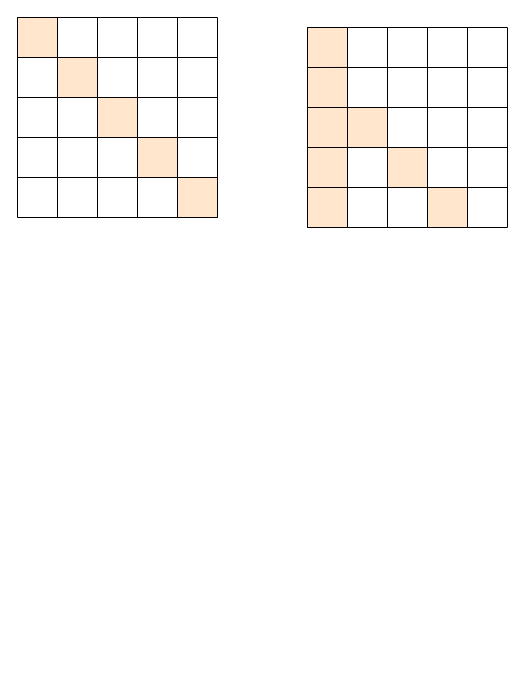
Earlier version of the draw.io diagram Attention.drawio (shinejjy/Flow-Chart). Source tidied: cells renumbered, new cells numbered last; positions are measured from the earlier drawing's top-left corner, leaving out a move shared by most shapes. Both pictures are drawn from the tidied source at 100%, with x=0, y=0 at pixel (17, 17).
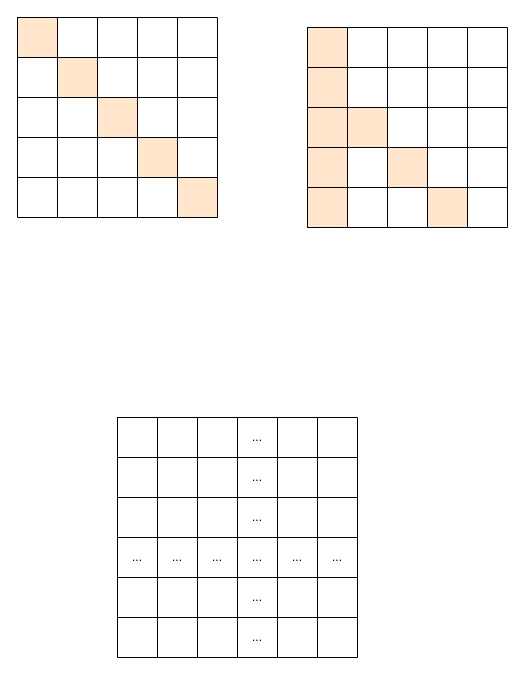
Above is the later version.

Diff of the diagram source:
```diff
@@
+    <mxCell id="112" style="shape=table;startSize=0;childLayout=tableLayout;" parent="1" vertex="1">
+      <mxGeometry x="100" y="400" width="240" height="240" as="geometry" />
+    </mxCell>
+    <mxCell id="113" style="shape=tableRow;horizontal=0;startSize=0;swimlaneHead=0;swimlaneBody=0;strokeColor=inherit;top=0;left=0;bottom=0;right=0;fillColor=none;" parent="112" vertex="1">
+      <mxGeometry width="240" height="40" as="geometry" />
+    </mxCell>
+    <mxCell id="114" style="shape=partialRectangle;html=1;whiteSpace=wrap;strokeColor=inherit;overflow=hidden;fillColor=none;top=0;left=0;bottom=0;right=0;" parent="113" vertex="1">
+      <mxGeometry width="40" height="40" as="geometry" />
+    </mxCell>
+    <mxCell id="115" style="shape=partialRectangle;html=1;whiteSpace=wrap;strokeColor=inherit;overflow=hidden;fillColor=none;top=0;left=0;bottom=0;right=0;" parent="113" vertex="1">
+      <mxGeometry x="40" width="40" height="40" as="geometry" />
+    </mxCell>
+    <mxCell id="116" style="shape=partialRectangle;html=1;whiteSpace=wrap;strokeColor=inherit;overflow=hidden;fillColor=none;top=0;left=0;bottom=0;right=0;" parent="113" vertex="1">
+      <mxGeometry x="80" width="40" height="40" as="geometry" />
+    </mxCell>
+    <mxCell id="117" value="..." style="shape=partialRectangle;html=1;whiteSpace=wrap;strokeColor=inherit;overflow=hidden;fillColor=none;top=0;left=0;bottom=0;right=0;" parent="113" vertex="1">
+      <mxGeometry x="120" width="40" height="40" as="geometry" />
+    </mxCell>
+    <mxCell id="118" style="shape=partialRectangle;html=1;whiteSpace=wrap;strokeColor=inherit;overflow=hidden;fillColor=none;top=0;left=0;bottom=0;right=0;" parent="113" vertex="1">
+      <mxGeometry x="160" width="40" height="40" as="geometry" />
+    </mxCell>
+    <mxCell id="119" style="shape=partialRectangle;html=1;whiteSpace=wrap;strokeColor=inherit;overflow=hidden;fillColor=none;top=0;left=0;bottom=0;right=0;" parent="113" vertex="1">
+      <mxGeometry x="200" width="40" height="40" as="geometry" />
+    </mxCell>
+    <mxCell id="120" style="shape=tableRow;horizontal=0;startSize=0;swimlaneHead=0;swimlaneBody=0;strokeColor=inherit;top=0;left=0;bottom=0;right=0;fillColor=none;" parent="112" vertex="1">
+      <mxGeometry y="40" width="240" height="40" as="geometry" />
+    </mxCell>
+    <mxCell id="121" style="shape=partialRectangle;html=1;whiteSpace=wrap;strokeColor=inherit;overflow=hidden;fillColor=none;top=0;left=0;bottom=0;right=0;" parent="120" vertex="1">
+      <mxGeometry width="40" height="40" as="geometry" />
+    </mxCell>
+    <mxCell id="122" style="shape=partialRectangle;html=1;whiteSpace=wrap;strokeColor=inherit;overflow=hidden;fillColor=none;top=0;left=0;bottom=0;right=0;" parent="120" vertex="1">
+      <mxGeometry x="40" width="40" height="40" as="geometry" />
+    </mxCell>
+    <mxCell id="123" style="shape=partialRectangle;html=1;whiteSpace=wrap;strokeColor=inherit;overflow=hidden;fillColor=none;top=0;left=0;bottom=0;right=0;" parent="120" vertex="1">
+      <mxGeometry x="80" width="40" height="40" as="geometry" />
+    </mxCell>
+    <mxCell id="124" value="..." style="shape=partialRectangle;html=1;whiteSpace=wrap;strokeColor=inherit;overflow=hidden;fillColor=none;top=0;left=0;bottom=0;right=0;" parent="120" vertex="1">
+      <mxGeometry x="120" width="40" height="40" as="geometry" />
+    </mxCell>
+    <mxCell id="125" style="shape=partialRectangle;html=1;whiteSpace=wrap;strokeColor=inherit;overflow=hidden;fillColor=none;top=0;left=0;bottom=0;right=0;" parent="120" vertex="1">
+      <mxGeometry x="160" width="40" height="40" as="geometry" />
+    </mxCell>
+    <mxCell id="126" style="shape=partialRectangle;html=1;whiteSpace=wrap;strokeColor=inherit;overflow=hidden;fillColor=none;top=0;left=0;bottom=0;right=0;" parent="120" vertex="1">
+      <mxGeometry x="200" width="40" height="40" as="geometry" />
+    </mxCell>
+    <mxCell id="127" style="shape=tableRow;horizontal=0;startSize=0;swimlaneHead=0;swimlaneBody=0;strokeColor=inherit;top=0;left=0;bottom=0;right=0;fillColor=none;" parent="112" vertex="1">
+      <mxGeometry y="80" width="240" height="40" as="geometry" />
+    </mxCell>
+    <mxCell id="128" style="shape=partialRectangle;html=1;whiteSpace=wrap;strokeColor=inherit;overflow=hidden;fillColor=none;top=0;left=0;bottom=0;right=0;" parent="127" vertex="1">
+      <mxGeometry width="40" height="40" as="geometry" />
+    </mxCell>
+    <mxCell id="129" style="shape=partialRectangle;html=1;whiteSpace=wrap;strokeColor=inherit;overflow=hidden;fillColor=none;top=0;left=0;bottom=0;right=0;" parent="127" vertex="1">
+      <mxGeometry x="40" width="40" height="40" as="geometry" />
+    </mxCell>
+    <mxCell id="130" style="shape=partialRectangle;html=1;whiteSpace=wrap;strokeColor=inherit;overflow=hidden;fillColor=none;top=0;left=0;bottom=0;right=0;" parent="127" vertex="1">
+      <mxGeometry x="80" width="40" height="40" as="geometry" />
+    </mxCell>
+    <mxCell id="131" value="..." style="shape=partialRectangle;html=1;whiteSpace=wrap;strokeColor=inherit;overflow=hidden;fillColor=none;top=0;left=0;bottom=0;right=0;" parent="127" vertex="1">
+      <mxGeometry x="120" width="40" height="40" as="geometry" />
+    </mxCell>
+    <mxCell id="132" style="shape=partialRectangle;html=1;whiteSpace=wrap;strokeColor=inherit;overflow=hidden;fillColor=none;top=0;left=0;bottom=0;right=0;" parent="127" vertex="1">
+      <mxGeometry x="160" width="40" height="40" as="geometry" />
+    </mxCell>
+    <mxCell id="133" style="shape=partialRectangle;html=1;whiteSpace=wrap;strokeColor=inherit;overflow=hidden;fillColor=none;top=0;left=0;bottom=0;right=0;" parent="127" vertex="1">
+      <mxGeometry x="200" width="40" height="40" as="geometry" />
+    </mxCell>
+    <mxCell id="134" style="shape=tableRow;horizontal=0;startSize=0;swimlaneHead=0;swimlaneBody=0;strokeColor=inherit;top=0;left=0;bottom=0;right=0;fillColor=none;" parent="112" vertex="1">
+      <mxGeometry y="120" width="240" height="40" as="geometry" />
+    </mxCell>
+    <mxCell id="135" value="..." style="shape=partialRectangle;html=1;whiteSpace=wrap;strokeColor=inherit;overflow=hidden;fillColor=none;top=0;left=0;bottom=0;right=0;" parent="134" vertex="1">
+      <mxGeometry width="40" height="40" as="geometry" />
+    </mxCell>
+    <mxCell id="136" value="..." style="shape=partialRectangle;html=1;whiteSpace=wrap;strokeColor=inherit;overflow=hidden;fillColor=none;top=0;left=0;bottom=0;right=0;" parent="134" vertex="1">
+      <mxGeometry x="40" width="40" height="40" as="geometry" />
+    </mxCell>
+    <mxCell id="137" value="..." style="shape=partialRectangle;html=1;whiteSpace=wrap;strokeColor=inherit;overflow=hidden;fillColor=none;top=0;left=0;bottom=0;right=0;" parent="134" vertex="1">
+      <mxGeometry x="80" width="40" height="40" as="geometry" />
+    </mxCell>
+    <mxCell id="138" value="..." style="shape=partialRectangle;html=1;whiteSpace=wrap;strokeColor=inherit;overflow=hidden;fillColor=none;top=0;left=0;bottom=0;right=0;" parent="134" vertex="1">
+      <mxGeometry x="120" width="40" height="40" as="geometry" />
+    </mxCell>
+    <mxCell id="139" value="..." style="shape=partialRectangle;html=1;whiteSpace=wrap;strokeColor=inherit;overflow=hidden;fillColor=none;top=0;left=0;bottom=0;right=0;" parent="134" vertex="1">
+      <mxGeometry x="160" width="40" height="40" as="geometry" />
+    </mxCell>
+    <mxCell id="140" value="..." style="shape=partialRectangle;html=1;whiteSpace=wrap;strokeColor=inherit;overflow=hidden;fillColor=none;top=0;left=0;bottom=0;right=0;" parent="134" vertex="1">
+      <mxGeometry x="200" width="40" height="40" as="geometry" />
+    </mxCell>
+    <mxCell id="141" style="shape=tableRow;horizontal=0;startSize=0;swimlaneHead=0;swimlaneBody=0;strokeColor=inherit;top=0;left=0;bottom=0;right=0;fillColor=none;" parent="112" vertex="1">
+      <mxGeometry y="160" width="240" height="40" as="geometry" />
+    </mxCell>
+    <mxCell id="142" style="shape=partialRectangle;html=1;whiteSpace=wrap;strokeColor=inherit;overflow=hidden;fillColor=none;top=0;left=0;bottom=0;right=0;" parent="141" vertex="1">
+      <mxGeometry width="40" height="40" as="geometry" />
+    </mxCell>
+    <mxCell id="143" style="shape=partialRectangle;html=1;whiteSpace=wrap;strokeColor=inherit;overflow=hidden;fillColor=none;top=0;left=0;bottom=0;right=0;" parent="141" vertex="1">
+      <mxGeometry x="40" width="40" height="40" as="geometry" />
+    </mxCell>
+    <mxCell id="144" style="shape=partialRectangle;html=1;whiteSpace=wrap;strokeColor=inherit;overflow=hidden;fillColor=none;top=0;left=0;bottom=0;right=0;" parent="141" vertex="1">
+      <mxGeometry x="80" width="40" height="40" as="geometry" />
+    </mxCell>
+    <mxCell id="145" value="..." style="shape=partialRectangle;html=1;whiteSpace=wrap;strokeColor=inherit;overflow=hidden;fillColor=none;top=0;left=0;bottom=0;right=0;" parent="141" vertex="1">
+      <mxGeometry x="120" width="40" height="40" as="geometry" />
+    </mxCell>
+    <mxCell id="146" style="shape=partialRectangle;html=1;whiteSpace=wrap;strokeColor=inherit;overflow=hidden;fillColor=none;top=0;left=0;bottom=0;right=0;" parent="141" vertex="1">
+      <mxGeometry x="160" width="40" height="40" as="geometry" />
+    </mxCell>
+    <mxCell id="147" style="shape=partialRectangle;html=1;whiteSpace=wrap;strokeColor=inherit;overflow=hidden;fillColor=none;top=0;left=0;bottom=0;right=0;" parent="141" vertex="1">
+      <mxGeometry x="200" width="40" height="40" as="geometry" />
+    </mxCell>
+    <mxCell id="148" style="shape=tableRow;horizontal=0;startSize=0;swimlaneHead=0;swimlaneBody=0;strokeColor=inherit;top=0;left=0;bottom=0;right=0;fillColor=none;" parent="112" vertex="1">
+      <mxGeometry y="200" width="240" height="40" as="geometry" />
+    </mxCell>
+    <mxCell id="149" style="shape=partialRectangle;html=1;whiteSpace=wrap;strokeColor=inherit;overflow=hidden;fillColor=none;top=0;left=0;bottom=0;right=0;" parent="148" vertex="1">
+      <mxGeometry width="40" height="40" as="geometry" />
+    </mxCell>
+    <mxCell id="150" style="shape=partialRectangle;html=1;whiteSpace=wrap;strokeColor=inherit;overflow=hidden;fillColor=none;top=0;left=0;bottom=0;right=0;" parent="148" vertex="1">
+      <mxGeometry x="40" width="40" height="40" as="geometry" />
+    </mxCell>
+    <mxCell id="151" style="shape=partialRectangle;html=1;whiteSpace=wrap;strokeColor=inherit;overflow=hidden;fillColor=none;top=0;left=0;bottom=0;right=0;" parent="148" vertex="1">
+      <mxGeometry x="80" width="40" height="40" as="geometry" />
+    </mxCell>
+    <mxCell id="152" value="..." style="shape=partialRectangle;html=1;whiteSpace=wrap;strokeColor=inherit;overflow=hidden;fillColor=none;top=0;left=0;bottom=0;right=0;" parent="148" vertex="1">
+      <mxGeometry x="120" width="40" height="40" as="geometry" />
+    </mxCell>
+    <mxCell id="153" style="shape=partialRectangle;html=1;whiteSpace=wrap;strokeColor=inherit;overflow=hidden;fillColor=none;top=0;left=0;bottom=0;right=0;" parent="148" vertex="1">
+      <mxGeometry x="160" width="40" height="40" as="geometry" />
+    </mxCell>
+    <mxCell id="154" style="shape=partialRectangle;html=1;whiteSpace=wrap;strokeColor=inherit;overflow=hidden;fillColor=none;top=0;left=0;bottom=0;right=0;" parent="148" vertex="1">
+      <mxGeometry x="200" width="40" height="40" as="geometry" />
+    </mxCell>
```
